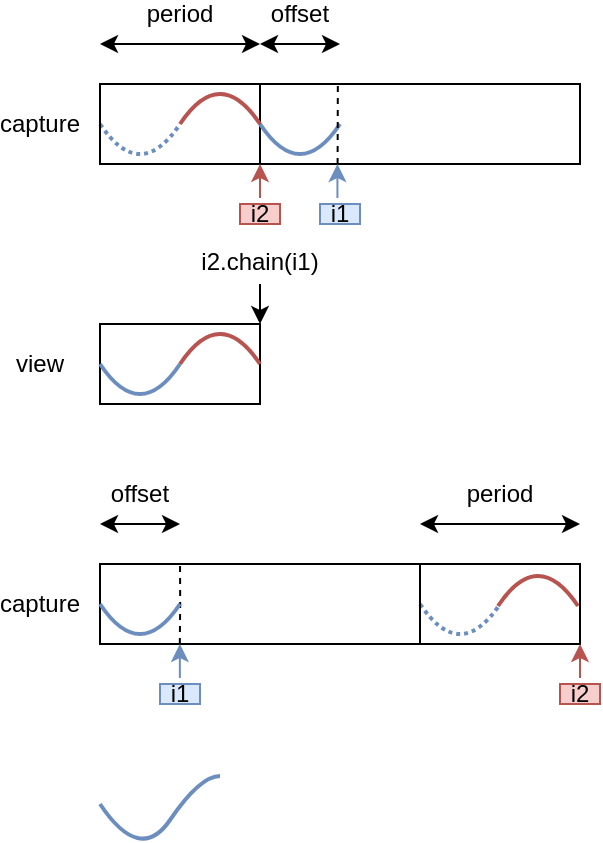
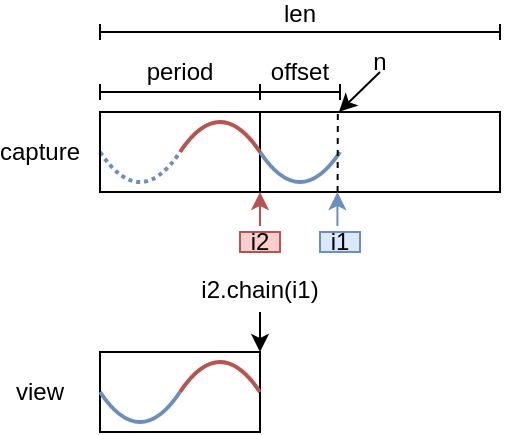
<mxfile host="Electron">
  <diagram name="Page-1" id="XaOIpS2x-iMBq79DY8NG">
-     <mxGraphModel dx="625" dy="723" grid="1" gridSize="10" guides="1" tooltips="1" connect="1" arrows="1" fold="1" page="1" pageScale="1" pageWidth="850" pageHeight="1100" math="0" shadow="0" adaptiveColors="none">
+     <mxGraphModel dx="1094" dy="898" grid="1" gridSize="10" guides="1" tooltips="1" connect="1" arrows="1" fold="1" page="1" pageScale="1" pageWidth="850" pageHeight="1100" math="0" shadow="0" adaptiveColors="none">
      <root>
        <mxCell id="0" />
        <mxCell id="1" parent="0" />
-         <mxCell id="JxJ_uEfgM5fxY2YMsE3O-18" parent="1" style="rounded=0;whiteSpace=wrap;html=1;" value="" vertex="1">
-           <mxGeometry height="40" width="240" x="160" y="400" as="geometry" />
-         </mxCell>
        <mxCell id="JxJ_uEfgM5fxY2YMsE3O-5" edge="1" parent="1" style="curved=1;endArrow=none;html=1;rounded=0;endFill=0;fillColor=#dae8fc;strokeColor=#6c8ebf;strokeWidth=2;dashed=1;dashPattern=1 1;" value="">
          <mxGeometry height="50" relative="1" width="50" as="geometry">
            <Array as="points">
              <mxPoint x="180" y="210" />
            </Array>
            <mxPoint x="160" y="180" as="sourcePoint" />
            <mxPoint x="200" y="180" as="targetPoint" />
          </mxGeometry>
        </mxCell>
        <mxCell id="k_ds9NoxFlfjRyBlpODy-31" parent="1" style="rounded=0;whiteSpace=wrap;html=1;fillColor=none;strokeColor=light-dark(#000000, #5c79a3);" value="" vertex="1">
          <mxGeometry height="40" width="80" x="160" y="280" as="geometry" />
        </mxCell>
        <mxCell id="k_ds9NoxFlfjRyBlpODy-6" parent="1" style="rounded=0;whiteSpace=wrap;html=1;fillColor=none;strokeColor=light-dark(#000000, #5c79a3);" value="" vertex="1">
          <mxGeometry height="40" width="80" x="160" y="160" as="geometry" />
        </mxCell>
        <mxCell id="k_ds9NoxFlfjRyBlpODy-8" parent="1" style="rounded=0;whiteSpace=wrap;html=1;" value="" vertex="1">
-           <mxGeometry height="40" width="160" x="240" y="160" as="geometry" />
+           <mxGeometry height="40" width="120" x="240" y="160" as="geometry" />
        </mxCell>
        <mxCell id="k_ds9NoxFlfjRyBlpODy-34" edge="1" parent="1" style="endArrow=classic;html=1;rounded=0;entryX=1.007;entryY=1.066;entryDx=0;entryDy=0;entryPerimeter=0;fillColor=#dae8fc;strokeColor=#6c8ebf;" value="">
          <mxGeometry height="50" relative="1" width="50" as="geometry">
            <mxPoint x="278.71" y="217" as="sourcePoint" />
            <mxPoint x="278.71" y="200" as="targetPoint" />
          </mxGeometry>
        </mxCell>
        <mxCell id="o8OkhCRshdyYzLkXIrfq-3" edge="1" parent="1" style="edgeStyle=orthogonalEdgeStyle;rounded=0;orthogonalLoop=1;jettySize=auto;html=1;exitX=0.5;exitY=0;exitDx=0;exitDy=0;">
          <mxGeometry relative="1" as="geometry">
            <mxPoint x="280" y="210" as="sourcePoint" />
            <mxPoint x="280.1428571428571" y="209.8571428571429" as="targetPoint" />
          </mxGeometry>
        </mxCell>
-         <mxCell id="o8OkhCRshdyYzLkXIrfq-1" edge="1" parent="1" style="endArrow=classic;startArrow=classic;html=1;rounded=0;" value="">
+         <mxCell id="o8OkhCRshdyYzLkXIrfq-1" edge="1" parent="1" style="endArrow=baseDash;startArrow=baseDash;html=1;rounded=0;endFill=0;startFill=0;" value="">
          <mxGeometry height="50" relative="1" width="50" as="geometry">
-             <mxPoint x="160" y="140" as="sourcePoint" />
-             <mxPoint x="240" y="140" as="targetPoint" />
+             <mxPoint x="160" y="150" as="sourcePoint" />
+             <mxPoint x="240" y="150" as="targetPoint" />
          </mxGeometry>
        </mxCell>
        <mxCell id="o8OkhCRshdyYzLkXIrfq-2" parent="1" style="text;html=1;whiteSpace=wrap;strokeColor=none;fillColor=none;align=center;verticalAlign=middle;rounded=0;" value="period" vertex="1">
-           <mxGeometry height="10" width="60" x="170" y="120" as="geometry" />
+           <mxGeometry height="10" width="60" x="170" y="135" as="geometry" />
        </mxCell>
        <mxCell id="o8OkhCRshdyYzLkXIrfq-5" edge="1" parent="1" style="endArrow=classic;html=1;rounded=0;entryX=1.007;entryY=1.066;entryDx=0;entryDy=0;entryPerimeter=0;fillColor=#f8cecc;strokeColor=#b85450;" value="">
          <mxGeometry height="50" relative="1" width="50" as="geometry">
            <mxPoint x="240" y="217" as="sourcePoint" />
            <mxPoint x="240" y="200" as="targetPoint" />
          </mxGeometry>
        </mxCell>
        <mxCell id="o8OkhCRshdyYzLkXIrfq-6" edge="1" parent="1" style="edgeStyle=orthogonalEdgeStyle;rounded=0;orthogonalLoop=1;jettySize=auto;html=1;exitX=0.5;exitY=0;exitDx=0;exitDy=0;">
          <mxGeometry relative="1" as="geometry">
            <mxPoint x="260.29" y="210" as="sourcePoint" />
            <mxPoint x="260.43285714285713" y="209.8571428571429" as="targetPoint" />
          </mxGeometry>
        </mxCell>
        <mxCell id="o8OkhCRshdyYzLkXIrfq-9" parent="1" style="text;html=1;whiteSpace=wrap;strokeColor=#b85450;fillColor=#f8cecc;align=center;verticalAlign=middle;rounded=0;" value="i2" vertex="1">
          <mxGeometry height="10" width="20" x="230" y="220" as="geometry" />
        </mxCell>
        <mxCell id="o8OkhCRshdyYzLkXIrfq-10" parent="1" style="text;html=1;whiteSpace=wrap;strokeColor=#6c8ebf;fillColor=#dae8fc;align=center;verticalAlign=middle;rounded=0;" value="i1" vertex="1">
          <mxGeometry height="10" width="20" x="270" y="220" as="geometry" />
        </mxCell>
        <mxCell id="o8OkhCRshdyYzLkXIrfq-15" edge="1" parent="1" style="curved=1;endArrow=none;html=1;rounded=0;endFill=0;fillColor=#dae8fc;strokeColor=#6c8ebf;strokeWidth=2;" value="">
          <mxGeometry height="50" relative="1" width="50" as="geometry">
            <Array as="points">
              <mxPoint x="260" y="210" />
            </Array>
            <mxPoint x="240" y="180" as="sourcePoint" />
            <mxPoint x="280" y="180" as="targetPoint" />
          </mxGeometry>
        </mxCell>
        <mxCell id="o8OkhCRshdyYzLkXIrfq-16" edge="1" parent="1" style="curved=1;endArrow=none;html=1;rounded=0;endFill=0;fillColor=#f8cecc;strokeColor=#b85450;strokeWidth=2;" value="">
          <mxGeometry height="50" relative="1" width="50" as="geometry">
            <Array as="points">
              <mxPoint x="220" y="150" />
            </Array>
            <mxPoint x="200" y="180" as="sourcePoint" />
            <mxPoint x="240" y="180" as="targetPoint" />
          </mxGeometry>
        </mxCell>
        <mxCell id="o8OkhCRshdyYzLkXIrfq-19" parent="1" style="text;html=1;whiteSpace=wrap;strokeColor=none;fillColor=none;align=center;verticalAlign=middle;rounded=0;" value="capture" vertex="1">
          <mxGeometry height="10" width="40" x="110" y="175" as="geometry" />
        </mxCell>
        <mxCell id="o8OkhCRshdyYzLkXIrfq-20" parent="1" style="text;html=1;whiteSpace=wrap;strokeColor=none;fillColor=none;align=center;verticalAlign=middle;rounded=0;" value="view" vertex="1">
          <mxGeometry height="10" width="40" x="110" y="295" as="geometry" />
        </mxCell>
        <mxCell id="o8OkhCRshdyYzLkXIrfq-26" parent="1" style="text;html=1;whiteSpace=wrap;strokeColor=none;fillColor=none;align=center;verticalAlign=middle;rounded=0;" value="offset" vertex="1">
-           <mxGeometry height="10" width="60" x="230" y="120" as="geometry" />
+           <mxGeometry height="10" width="60" x="230" y="135" as="geometry" />
        </mxCell>
        <mxCell id="o8OkhCRshdyYzLkXIrfq-27" edge="1" parent="1" style="endArrow=none;html=1;rounded=0;dashed=1;" value="">
          <mxGeometry height="50" relative="1" width="50" as="geometry">
            <mxPoint x="278.8" y="200" as="sourcePoint" />
            <mxPoint x="278.92" y="160" as="targetPoint" />
          </mxGeometry>
        </mxCell>
        <mxCell id="JxJ_uEfgM5fxY2YMsE3O-1" edge="1" parent="1" style="endArrow=classic;html=1;rounded=0;entryX=1;entryY=0;entryDx=0;entryDy=0;" target="k_ds9NoxFlfjRyBlpODy-31" value="">
          <mxGeometry height="50" relative="1" width="50" as="geometry">
            <mxPoint x="240" y="260" as="sourcePoint" />
            <mxPoint x="200" y="270" as="targetPoint" />
          </mxGeometry>
        </mxCell>
        <mxCell id="JxJ_uEfgM5fxY2YMsE3O-2" parent="1" style="text;html=1;whiteSpace=wrap;strokeColor=none;fillColor=none;align=center;verticalAlign=middle;rounded=0;" value="i2.chain(i1)" vertex="1">
          <mxGeometry height="10" width="60" x="210" y="244" as="geometry" />
        </mxCell>
-         <mxCell id="JxJ_uEfgM5fxY2YMsE3O-4" edge="1" parent="1" style="endArrow=classic;startArrow=classic;html=1;rounded=0;" value="">
+         <mxCell id="JxJ_uEfgM5fxY2YMsE3O-4" edge="1" parent="1" style="endArrow=baseDash;startArrow=none;html=1;rounded=0;startFill=0;endFill=0;" value="">
          <mxGeometry height="50" relative="1" width="50" as="geometry">
-             <mxPoint x="240" y="140" as="sourcePoint" />
-             <mxPoint x="280" y="140" as="targetPoint" />
+             <mxPoint x="240" y="150" as="sourcePoint" />
+             <mxPoint x="280" y="150" as="targetPoint" />
          </mxGeometry>
        </mxCell>
        <mxCell id="JxJ_uEfgM5fxY2YMsE3O-11" edge="1" parent="1" style="curved=1;endArrow=none;html=1;rounded=0;endFill=0;fillColor=#dae8fc;strokeColor=#6c8ebf;strokeWidth=2;" value="">
          <mxGeometry height="50" relative="1" width="50" as="geometry">
            <Array as="points">
              <mxPoint x="180" y="330" />
            </Array>
            <mxPoint x="160" y="300" as="sourcePoint" />
            <mxPoint x="200" y="300" as="targetPoint" />
          </mxGeometry>
        </mxCell>
        <mxCell id="JxJ_uEfgM5fxY2YMsE3O-12" edge="1" parent="1" style="curved=1;endArrow=none;html=1;rounded=0;endFill=0;fillColor=#f8cecc;strokeColor=#b85450;strokeWidth=2;" value="">
          <mxGeometry height="50" relative="1" width="50" as="geometry">
            <Array as="points">
              <mxPoint x="220" y="270" />
            </Array>
            <mxPoint x="200" y="300" as="sourcePoint" />
            <mxPoint x="240" y="300" as="targetPoint" />
          </mxGeometry>
        </mxCell>
-         <mxCell id="JxJ_uEfgM5fxY2YMsE3O-16" edge="1" parent="1" style="curved=1;endArrow=none;html=1;rounded=0;endFill=0;fillColor=#dae8fc;strokeColor=#6c8ebf;strokeWidth=2;dashed=1;dashPattern=1 1;" value="">
+         <mxCell id="k_ds9NoxFlfjRyBlpODy-62" edge="1" parent="1" source="k_ds9NoxFlfjRyBlpODy-63" style="endArrow=classic;html=1;rounded=0;entryX=0.329;entryY=-0.002;entryDx=0;entryDy=0;entryPerimeter=0;exitX=0.5;exitY=1;exitDx=0;exitDy=0;" target="k_ds9NoxFlfjRyBlpODy-8" value="">
          <mxGeometry height="50" relative="1" width="50" as="geometry">
-             <Array as="points">
-               <mxPoint x="340" y="450" />
-             </Array>
-             <mxPoint x="320" y="420" as="sourcePoint" />
-             <mxPoint x="360" y="420" as="targetPoint" />
+             <mxPoint x="300" y="150" as="sourcePoint" />
+             <mxPoint x="300" y="100" as="targetPoint" />
          </mxGeometry>
        </mxCell>
-         <mxCell id="JxJ_uEfgM5fxY2YMsE3O-17" parent="1" style="rounded=0;whiteSpace=wrap;html=1;fillColor=none;strokeColor=light-dark(#000000, #5c79a3);" value="" vertex="1">
-           <mxGeometry height="40" width="80" x="320" y="400" as="geometry" />
+         <mxCell id="k_ds9NoxFlfjRyBlpODy-63" parent="1" style="text;html=1;whiteSpace=wrap;strokeColor=none;fillColor=none;align=center;verticalAlign=middle;rounded=0;" value="n" vertex="1">
+           <mxGeometry height="10" width="10" x="295" y="130" as="geometry" />
        </mxCell>
-         <mxCell id="JxJ_uEfgM5fxY2YMsE3O-19" edge="1" parent="1" style="endArrow=classic;html=1;rounded=0;entryX=1.007;entryY=1.066;entryDx=0;entryDy=0;entryPerimeter=0;fillColor=#dae8fc;strokeColor=#6c8ebf;" value="">
+         <mxCell id="k_ds9NoxFlfjRyBlpODy-93" edge="1" parent="1" style="endArrow=baseDash;startArrow=baseDash;html=1;rounded=0;endFill=0;startFill=0;" value="">
          <mxGeometry height="50" relative="1" width="50" as="geometry">
-             <mxPoint x="199.93000000000004" y="457" as="sourcePoint" />
-             <mxPoint x="199.93000000000004" y="440" as="targetPoint" />
+             <mxPoint x="160" y="120" as="sourcePoint" />
+             <mxPoint x="360" y="120" as="targetPoint" />
          </mxGeometry>
        </mxCell>
-         <mxCell id="JxJ_uEfgM5fxY2YMsE3O-20" edge="1" parent="1" style="edgeStyle=orthogonalEdgeStyle;rounded=0;orthogonalLoop=1;jettySize=auto;html=1;exitX=0.5;exitY=0;exitDx=0;exitDy=0;">
-           <mxGeometry relative="1" as="geometry">
-             <mxPoint x="200" y="450" as="sourcePoint" />
-             <mxPoint x="200.1428571428571" y="449.8571428571429" as="targetPoint" />
-           </mxGeometry>
-         </mxCell>
-         <mxCell id="JxJ_uEfgM5fxY2YMsE3O-23" edge="1" parent="1" style="endArrow=classic;html=1;rounded=0;entryX=1.007;entryY=1.066;entryDx=0;entryDy=0;entryPerimeter=0;fillColor=#f8cecc;strokeColor=#b85450;" value="">
-           <mxGeometry height="50" relative="1" width="50" as="geometry">
-             <mxPoint x="400" y="457" as="sourcePoint" />
-             <mxPoint x="400" y="440" as="targetPoint" />
-           </mxGeometry>
-         </mxCell>
-         <mxCell id="JxJ_uEfgM5fxY2YMsE3O-24" edge="1" parent="1" style="edgeStyle=orthogonalEdgeStyle;rounded=0;orthogonalLoop=1;jettySize=auto;html=1;exitX=0.5;exitY=0;exitDx=0;exitDy=0;">
-           <mxGeometry relative="1" as="geometry">
-             <mxPoint x="180.28999999999996" y="450" as="sourcePoint" />
-             <mxPoint x="180.43285714285707" y="449.8571428571429" as="targetPoint" />
-           </mxGeometry>
-         </mxCell>
-         <mxCell id="JxJ_uEfgM5fxY2YMsE3O-25" parent="1" style="text;html=1;whiteSpace=wrap;strokeColor=#b85450;fillColor=#f8cecc;align=center;verticalAlign=middle;rounded=0;" value="i2" vertex="1">
-           <mxGeometry height="10" width="20" x="390" y="460" as="geometry" />
-         </mxCell>
-         <mxCell id="JxJ_uEfgM5fxY2YMsE3O-26" parent="1" style="text;html=1;whiteSpace=wrap;strokeColor=#6c8ebf;fillColor=#dae8fc;align=center;verticalAlign=middle;rounded=0;" value="i1" vertex="1">
-           <mxGeometry height="10" width="20" x="190" y="460" as="geometry" />
-         </mxCell>
-         <mxCell id="JxJ_uEfgM5fxY2YMsE3O-27" edge="1" parent="1" style="curved=1;endArrow=none;html=1;rounded=0;endFill=0;fillColor=#dae8fc;strokeColor=#6c8ebf;strokeWidth=2;" value="">
-           <mxGeometry height="50" relative="1" width="50" as="geometry">
-             <Array as="points">
-               <mxPoint x="180" y="550" />
-               <mxPoint x="210" y="506" />
-             </Array>
-             <mxPoint x="160" y="520" as="sourcePoint" />
-             <mxPoint x="220" y="506" as="targetPoint" />
-           </mxGeometry>
-         </mxCell>
-         <mxCell id="JxJ_uEfgM5fxY2YMsE3O-28" edge="1" parent="1" style="curved=1;endArrow=none;html=1;rounded=0;endFill=0;fillColor=#f8cecc;strokeColor=#b85450;strokeWidth=2;" value="">
-           <mxGeometry height="50" relative="1" width="50" as="geometry">
-             <Array as="points">
-               <mxPoint x="379" y="391" />
-             </Array>
-             <mxPoint x="359" y="421" as="sourcePoint" />
-             <mxPoint x="399" y="421" as="targetPoint" />
-           </mxGeometry>
-         </mxCell>
-         <mxCell id="JxJ_uEfgM5fxY2YMsE3O-29" parent="1" style="text;html=1;whiteSpace=wrap;strokeColor=none;fillColor=none;align=center;verticalAlign=middle;rounded=0;" value="capture" vertex="1">
-           <mxGeometry height="10" width="40" x="110" y="415" as="geometry" />
-         </mxCell>
-         <mxCell id="JxJ_uEfgM5fxY2YMsE3O-30" parent="1" style="text;html=1;whiteSpace=wrap;strokeColor=none;fillColor=none;align=center;verticalAlign=middle;rounded=0;" value="offset" vertex="1">
-           <mxGeometry height="10" width="60" x="150" y="360" as="geometry" />
-         </mxCell>
-         <mxCell id="JxJ_uEfgM5fxY2YMsE3O-31" edge="1" parent="1" style="endArrow=none;html=1;rounded=0;dashed=1;" value="">
-           <mxGeometry height="50" relative="1" width="50" as="geometry">
-             <Array as="points">
-               <mxPoint x="200.1" y="420" />
-             </Array>
-             <mxPoint x="199.89999999999995" y="440" as="sourcePoint" />
-             <mxPoint x="200.02000000000007" y="400" as="targetPoint" />
-           </mxGeometry>
-         </mxCell>
-         <mxCell id="JxJ_uEfgM5fxY2YMsE3O-32" edge="1" parent="1" style="endArrow=classic;startArrow=classic;html=1;rounded=0;" value="">
-           <mxGeometry height="50" relative="1" width="50" as="geometry">
-             <mxPoint x="160" y="380" as="sourcePoint" />
-             <mxPoint x="200" y="380" as="targetPoint" />
-           </mxGeometry>
-         </mxCell>
-         <mxCell id="JxJ_uEfgM5fxY2YMsE3O-38" edge="1" parent="1" style="curved=1;endArrow=none;html=1;rounded=0;endFill=0;fillColor=#dae8fc;strokeColor=#6c8ebf;strokeWidth=2;" value="">
-           <mxGeometry height="50" relative="1" width="50" as="geometry">
-             <Array as="points">
-               <mxPoint x="180" y="450" />
-             </Array>
-             <mxPoint x="160" y="420" as="sourcePoint" />
-             <mxPoint x="200" y="420" as="targetPoint" />
-           </mxGeometry>
-         </mxCell>
-         <mxCell id="JxJ_uEfgM5fxY2YMsE3O-39" edge="1" parent="1" style="endArrow=classic;startArrow=classic;html=1;rounded=0;" value="">
-           <mxGeometry height="50" relative="1" width="50" as="geometry">
-             <mxPoint x="320" y="380" as="sourcePoint" />
-             <mxPoint x="400" y="380" as="targetPoint" />
-           </mxGeometry>
-         </mxCell>
-         <mxCell id="JxJ_uEfgM5fxY2YMsE3O-40" parent="1" style="text;html=1;whiteSpace=wrap;strokeColor=none;fillColor=none;align=center;verticalAlign=middle;rounded=0;" value="period" vertex="1">
-           <mxGeometry height="10" width="60" x="330" y="360" as="geometry" />
+         <mxCell id="k_ds9NoxFlfjRyBlpODy-94" parent="1" style="text;html=1;whiteSpace=wrap;strokeColor=none;fillColor=none;align=center;verticalAlign=middle;rounded=0;" value="len" vertex="1">
+           <mxGeometry height="10" width="60" x="230" y="106" as="geometry" />
        </mxCell>
      </root>
    </mxGraphModel>
  </diagram>
</mxfile>
